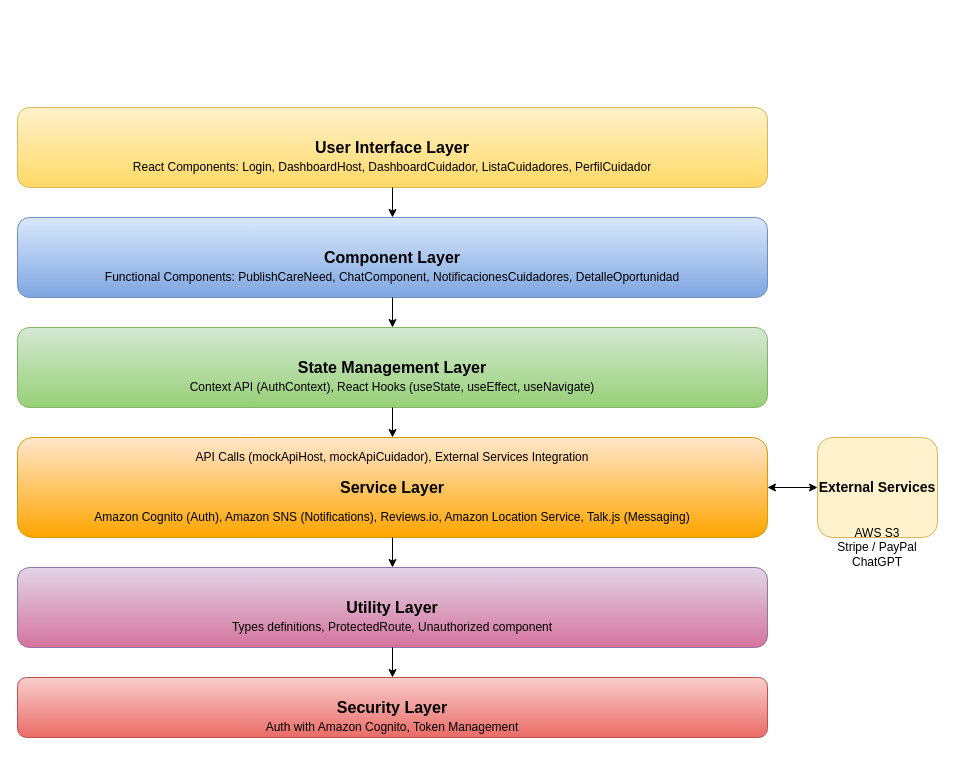
samcab28/Diseno-Software keeps this draw.io diagram as proyecto/st456/Stage4-frontend/boilerplate/Diagramas/DiagramaCapas.drawio. Above is the earlier version. Source tidied: cells renumbered, new cells numbered last; positions are measured from the earlier drawing's top-left corner, leaving out a move shared by most shapes. Both pictures are drawn from the tidied source at 100%, with x=0, y=0 at pixel (17, 107).
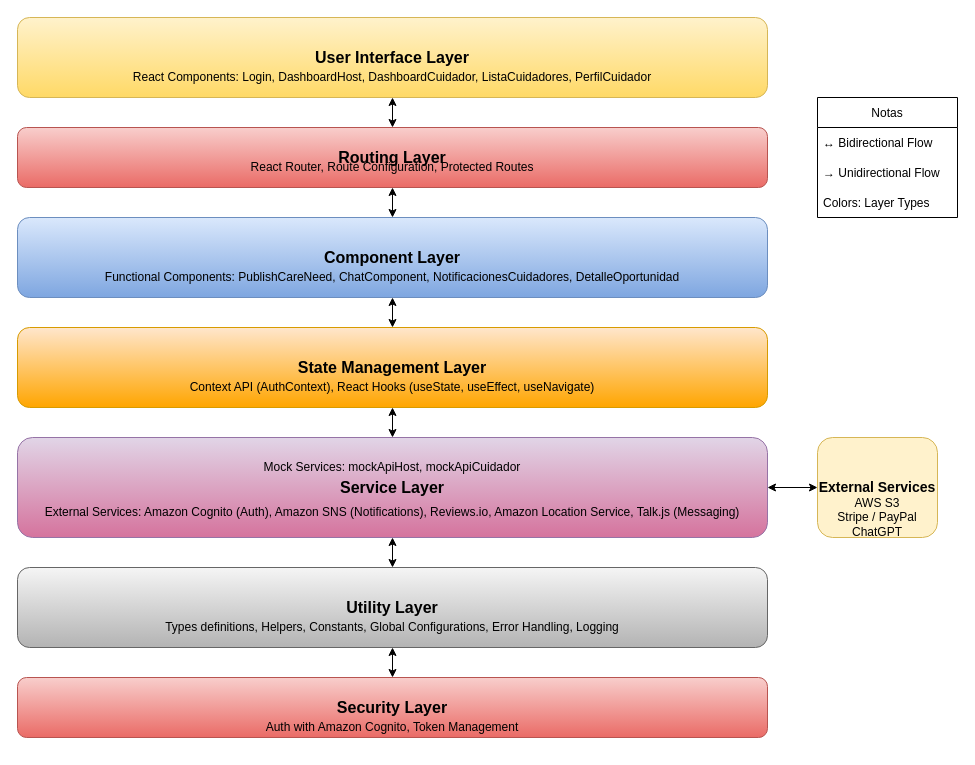
After the change.

Commit message (it also covers changes not shown here):
Diagrama de clases

The change refers to these unchanged cells:
```xml
<mxCell id="4" value="Component Layer" style="rounded=1;whiteSpace=wrap;html=1;fontSize=16;fontStyle=1;fillColor=#dae8fc;strokeColor=#6c8ebf;gradientColor=#7ea6e0;" parent="1" vertex="1">
  <mxGeometry y="110" width="750" height="80" as="geometry" />
</mxCell>
<mxCell id="13" value="Security Layer" style="rounded=1;whiteSpace=wrap;html=1;fontSize=16;fontStyle=1;fillColor=#f8cecc;strokeColor=#b85450;gradientColor=#ea6b66;" parent="1" vertex="1">
  <mxGeometry y="570" width="750" height="60" as="geometry" />
</mxCell>
```

What changed in the source:
```diff
@@
     <mxCell id="2" value="User Interface Layer" style="rounded=1;whiteSpace=wrap;html=1;fontSize=16;fontStyle=1;fillColor=#fff2cc;strokeColor=#d6b656;gradientColor=#ffd966;" parent="1" vertex="1">
-      <mxGeometry width="750" height="80" as="geometry" />
+      <mxGeometry y="-90" width="750" height="80" as="geometry" />
     </mxCell>
     <mxCell id="3" value="React Components: Login, DashboardHost, DashboardCuidador, ListaCuidadores, PerfilCuidador" style="text;html=1;strokeColor=none;fillColor=none;align=center;verticalAlign=middle;whiteSpace=wrap;rounded=0;fontSize=12;" parent="1" vertex="1">
-      <mxGeometry y="50" width="750" height="20" as="geometry" />
+      <mxGeometry y="-40" width="750" height="20" as="geometry" />
     </mxCell>
+    <mxCell id="23" value="Routing Layer" style="rounded=1;whiteSpace=wrap;html=1;fontSize=16;fontStyle=1;fillColor=#f8cecc;strokeColor=#b85450;gradientColor=#ea6b66;" parent="1" vertex="1">
+      <mxGeometry y="20" width="750" height="60" as="geometry" />
+    </mxCell>
+    <mxCell id="24" value="React Router, Route Configuration, Protected Routes" style="text;html=1;strokeColor=none;fillColor=none;align=center;verticalAlign=middle;whiteSpace=wrap;rounded=0;fontSize=12;" parent="1" vertex="1">
+      <mxGeometry y="50" width="750" height="20" as="geometry" />
+    </mxCell>
@@
-    <mxCell id="6" value="State Management Layer" style="rounded=1;whiteSpace=wrap;html=1;fontSize=16;fontStyle=1;fillColor=#d5e8d4;strokeColor=#82b366;gradientColor=#97d077;" parent="1" vertex="1">
+    <mxCell id="6" value="State Management Layer" style="rounded=1;whiteSpace=wrap;html=1;fontSize=16;fontStyle=1;fillColor=#ffe6cc;strokeColor=#d79b00;gradientColor=#ffa500;" parent="1" vertex="1">
       <mxGeometry y="220" width="750" height="80" as="geometry" />
     </mxCell>
@@
-    <mxCell id="8" value="Service Layer" style="rounded=1;whiteSpace=wrap;html=1;fontSize=16;fontStyle=1;fillColor=#ffe6cc;strokeColor=#d79b00;gradientColor=#ffa500;" parent="1" vertex="1">
+    <mxCell id="8" value="Service Layer" style="rounded=1;whiteSpace=wrap;html=1;fontSize=16;fontStyle=1;fillColor=#e1d5e7;strokeColor=#9673a6;gradientColor=#d5739d;" parent="1" vertex="1">
       <mxGeometry y="330" width="750" height="100" as="geometry" />
     </mxCell>
-    <mxCell id="9" value="API Calls (mockApiHost, mockApiCuidador), External Services Integration" style="text;html=1;strokeColor=none;fillColor=none;align=center;verticalAlign=middle;whiteSpace=wrap;rounded=0;fontSize=12;" parent="1" vertex="1">
-      <mxGeometry y="340" width="750" height="20" as="geometry" />
-    </mxCell>
-    <mxCell id="10" value="Amazon Cognito (Auth), Amazon SNS (Notifications), Reviews.io, Amazon Location Service, Talk.js (Messaging)" style="text;html=1;strokeColor=none;fillColor=none;align=center;verticalAlign=middle;whiteSpace=wrap;rounded=0;fontSize=12;" parent="1" vertex="1">
-      <mxGeometry y="400" width="750" height="20" as="geometry" />
-    </mxCell>
+    <mxCell id="25" value="Mock Services: mockApiHost, mockApiCuidador" style="text;html=1;strokeColor=none;fillColor=none;align=center;verticalAlign=middle;whiteSpace=wrap;rounded=0;fontSize=12;" parent="1" vertex="1">
+      <mxGeometry y="350" width="750" height="20" as="geometry" />
+    </mxCell>
+    <mxCell id="26" value="External Services: Amazon Cognito (Auth), Amazon SNS (Notifications), Reviews.io, Amazon Location Service, Talk.js (Messaging)" style="text;html=1;strokeColor=none;fillColor=none;align=center;verticalAlign=middle;whiteSpace=wrap;rounded=0;fontSize=12;" parent="1" vertex="1">
+      <mxGeometry y="390" width="750" height="30" as="geometry" />
+    </mxCell>
-    <mxCell id="11" value="Utility Layer" style="rounded=1;whiteSpace=wrap;html=1;fontSize=16;fontStyle=1;fillColor=#e1d5e7;strokeColor=#9673a6;gradientColor=#d5739d;" parent="1" vertex="1">
+    <mxCell id="11" value="Utility Layer" style="rounded=1;whiteSpace=wrap;html=1;fontSize=16;fontStyle=1;fillColor=#f5f5f5;strokeColor=#666666;gradientColor=#b3b3b3;" parent="1" vertex="1">
       <mxGeometry y="460" width="750" height="80" as="geometry" />
     </mxCell>
-    <mxCell id="12" value="Types definitions, ProtectedRoute, Unauthorized component" style="text;html=1;strokeColor=none;fillColor=none;align=center;verticalAlign=middle;whiteSpace=wrap;rounded=0;fontSize=12;" parent="1" vertex="1">
-      <mxGeometry y="510" width="750" height="20" as="geometry" />
-    </mxCell>
+    <mxCell id="27" value="Types definitions, Helpers, Constants, Global Configurations, Error Handling, Logging" style="text;html=1;strokeColor=none;fillColor=none;align=center;verticalAlign=middle;whiteSpace=wrap;rounded=0;fontSize=12;" parent="1" vertex="1">
+      <mxGeometry y="510" width="750" height="20" as="geometry" />
+    </mxCell>
@@
     <mxCell id="14" value="Auth with Amazon Cognito, Token Management" style="text;html=1;strokeColor=none;fillColor=none;align=center;verticalAlign=middle;whiteSpace=wrap;rounded=0;fontSize=12;" parent="1" vertex="1">
-      <mxGeometry y="600" width="750" height="40" as="geometry" />
+      <mxGeometry y="610" width="750" height="20" as="geometry" />
     </mxCell>
@@
     <mxCell id="16" value="AWS S3&lt;br&gt;Stripe / PayPal&lt;br&gt;ChatGPT" style="text;html=1;strokeColor=none;fillColor=none;align=center;verticalAlign=middle;whiteSpace=wrap;rounded=0;fontSize=12;" parent="1" vertex="1">
-      <mxGeometry x="800" y="410" width="120" height="60" as="geometry" />
+      <mxGeometry x="800" y="380" width="120" height="60" as="geometry" />
     </mxCell>
@@
-    <mxCell id="18" style="endArrow=classic;html=1;exitX=0.5;exitY=1;exitDx=0;exitDy=0;entryX=0.5;entryY=0;entryDx=0;entryDy=0;" parent="1" edge="1" source="2" target="4">
-      <mxGeometry relative="1" as="geometry" />
-    </mxCell>
+    <mxCell id="28" style="endArrow=classic;startArrow=classic;html=1;exitX=0.5;exitY=1;exitDx=0;exitDy=0;entryX=0.5;entryY=0;entryDx=0;entryDy=0;" parent="1" edge="1" source="2" target="23">
+      <mxGeometry relative="1" as="geometry" />
+    </mxCell>
+    <mxCell id="29" style="endArrow=classic;startArrow=classic;html=1;exitX=0.5;exitY=1;exitDx=0;exitDy=0;entryX=0.5;entryY=0;entryDx=0;entryDy=0;" parent="1" edge="1" source="23" target="4">
+      <mxGeometry relative="1" as="geometry" />
+    </mxCell>
-    <mxCell id="19" style="endArrow=classic;html=1;exitX=0.5;exitY=1;exitDx=0;exitDy=0;entryX=0.5;entryY=0;entryDx=0;entryDy=0;" parent="1" edge="1" source="4" target="6">
+    <mxCell id="19" style="endArrow=classic;startArrow=classic;html=1;exitX=0.5;exitY=1;exitDx=0;exitDy=0;" parent="1" edge="1" source="4" target="6">
       <mxGeometry relative="1" as="geometry" />
     </mxCell>
-    <mxCell id="20" style="endArrow=classic;html=1;exitX=0.5;exitY=1;exitDx=0;exitDy=0;entryX=0.5;entryY=0;entryDx=0;entryDy=0;" parent="1" edge="1" source="6" target="8">
+    <mxCell id="20" style="endArrow=classic;startArrow=classic;html=1;exitX=0.5;exitY=1;exitDx=0;exitDy=0;entryX=0.5;entryY=0;entryDx=0;entryDy=0;" parent="1" edge="1" source="6" target="8">
       <mxGeometry relative="1" as="geometry" />
     </mxCell>
-    <mxCell id="21" style="endArrow=classic;html=1;exitX=0.5;exitY=1;exitDx=0;exitDy=0;entryX=0.5;entryY=0;entryDx=0;entryDy=0;" parent="1" edge="1" source="8" target="11">
+    <mxCell id="21" style="endArrow=classic;startArrow=classic;html=1;exitX=0.5;exitY=1;exitDx=0;exitDy=0;entryX=0.5;entryY=0;entryDx=0;entryDy=0;" parent="1" edge="1" source="8" target="11">
       <mxGeometry relative="1" as="geometry" />
     </mxCell>
-    <mxCell id="22" style="endArrow=classic;html=1;exitX=0.5;exitY=1;exitDx=0;exitDy=0;entryX=0.5;entryY=0;entryDx=0;entryDy=0;" parent="1" edge="1" source="11" target="13">
+    <mxCell id="22" style="endArrow=classic;startArrow=classic;html=1;exitX=0.5;exitY=1;exitDx=0;exitDy=0;entryX=0.5;entryY=0;entryDx=0;entryDy=0;" parent="1" edge="1" source="11" target="13">
       <mxGeometry relative="1" as="geometry" />
     </mxCell>
+    <mxCell id="30" value="Notas" style="swimlane;fontStyle=0;horizontal=1;startSize=30;" parent="1" vertex="1">
+      <mxGeometry x="800" y="-10" width="140" height="120" as="geometry" />
+    </mxCell>
+    <mxCell id="31" value="↔ Bidirectional Flow" style="text;strokeColor=none;fillColor=none;align=left;verticalAlign=middle;spacingLeft=4;spacingRight=4;overflow=hidden;" parent="30" vertex="1">
+      <mxGeometry y="30" width="140" height="30" as="geometry" />
+    </mxCell>
+    <mxCell id="32" value="→ Unidirectional Flow" style="text;strokeColor=none;fillColor=none;align=left;verticalAlign=middle;spacingLeft=4;spacingRight=4;overflow=hidden;" parent="30" vertex="1">
+      <mxGeometry y="60" width="140" height="30" as="geometry" />
+    </mxCell>
+    <mxCell id="33" value="Colors: Layer Types" style="text;strokeColor=none;fillColor=none;align=left;verticalAlign=middle;spacingLeft=4;spacingRight=4;overflow=hidden;" parent="30" vertex="1">
+      <mxGeometry y="90" width="140" height="30" as="geometry" />
+    </mxCell>
```
